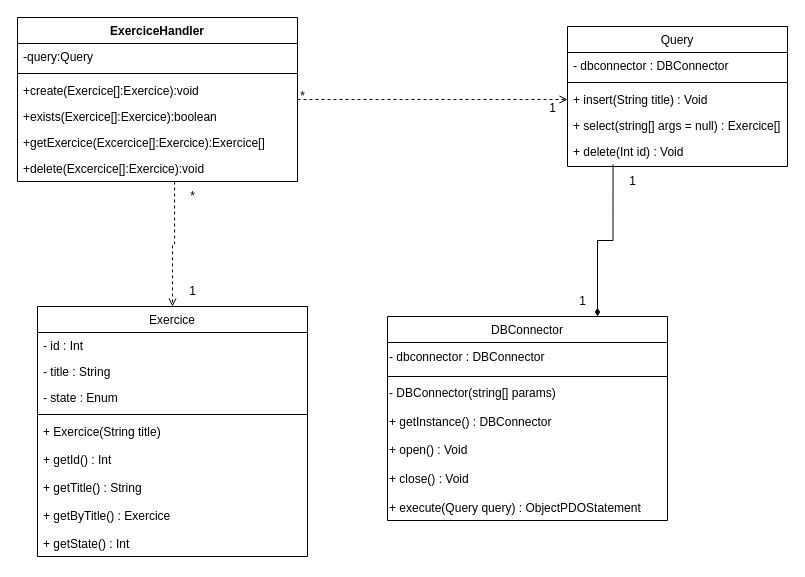
The draw.io diagram Documentation/DiagrammeClasse_JBD.drawio in CPNV-ES/MAW1.1-JLR-JBD, before the edit. Source tidied: cells renumbered, new cells numbered last; positions are measured from the earlier drawing's top-left corner, leaving out a move shared by most shapes. Both pictures are drawn from the tidied source at 100%, with x=0, y=0 at pixel (17, 17).
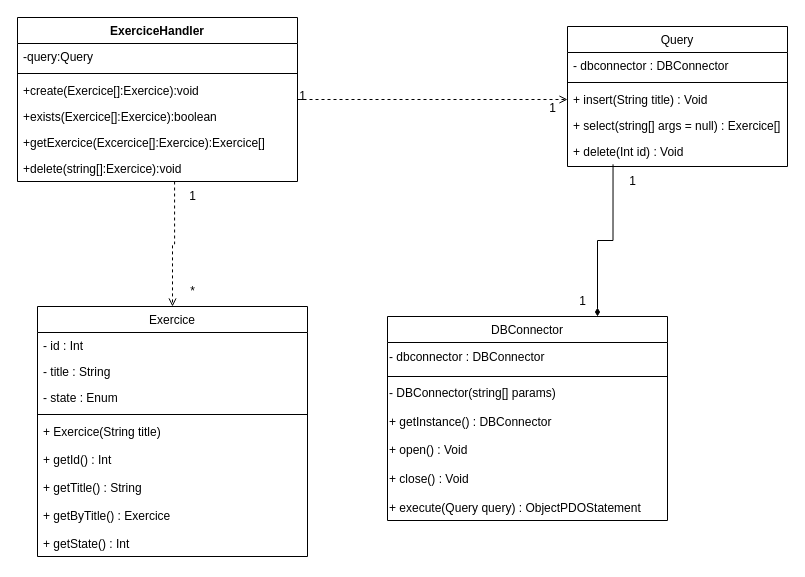
Above is the later version.

Unchanged cells that the change refers to:
```xml
<mxCell id="24" value="ExerciceHandler" style="swimlane;fontStyle=1;align=center;verticalAlign=top;horizontal=1;startSize=26;" parent="1" vertex="1">
  <mxGeometry width="280" height="164" as="geometry" />
</mxCell>
```

Change to the diagram source:
```diff
@@
-    <mxCell id="20" value="*" style="text;html=1;align=center;verticalAlign=middle;strokeColor=none;fillColor=none;" parent="1" vertex="1">
+    <mxCell id="20" value="1" style="text;html=1;align=center;verticalAlign=middle;strokeColor=none;fillColor=none;" parent="1" vertex="1">
       <mxGeometry x="270" y="64" width="30" height="30" as="geometry" />
     </mxCell>
@@
-    <mxCell id="30" value="+delete(Excercice[]:Exercice):void" style="text;strokeColor=none;fillColor=none;align=left;verticalAlign=top;spacingLeft=4;spacingRight=4;overflow=hidden;points=[[0,0.5],[1,0.5]];portConstraint=eastwest;" parent="24" vertex="1">
+    <mxCell id="30" value="+delete(string[]:Exercice):void" style="text;strokeColor=none;fillColor=none;align=left;verticalAlign=top;spacingLeft=4;spacingRight=4;overflow=hidden;points=[[0,0.5],[1,0.5]];portConstraint=eastwest;" parent="24" vertex="1">
       <mxGeometry y="138" width="280" height="26" as="geometry" />
     </mxCell>
@@
-    <mxCell id="32" value="*" style="text;html=1;align=center;verticalAlign=middle;strokeColor=none;fillColor=none;" parent="1" vertex="1">
+    <mxCell id="32" value="1" style="text;html=1;align=center;verticalAlign=middle;strokeColor=none;fillColor=none;" parent="1" vertex="1">
       <mxGeometry x="160" y="164" width="30" height="30" as="geometry" />
     </mxCell>
-    <mxCell id="33" value="1" style="text;html=1;align=center;verticalAlign=middle;strokeColor=none;fillColor=none;" parent="1" vertex="1">
+    <mxCell id="33" value="*" style="text;html=1;align=center;verticalAlign=middle;strokeColor=none;fillColor=none;" parent="1" vertex="1">
       <mxGeometry x="160" y="259" width="30" height="30" as="geometry" />
     </mxCell>
```
